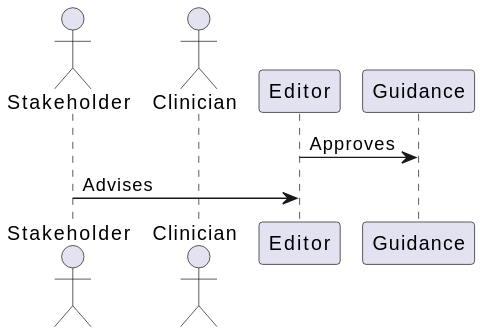
chronicleworks/chronicle keeps this PlantUML diagram as docs/docs/diagrams/out/publication.svg. Above is the earlier version. Its diagram source:
```plantuml
@startuml
actor "Stakeholder"
actor "Clinician"

Editor -> Guidance: Approves
Stakeholder -> Editor: Advises
@enduml
```
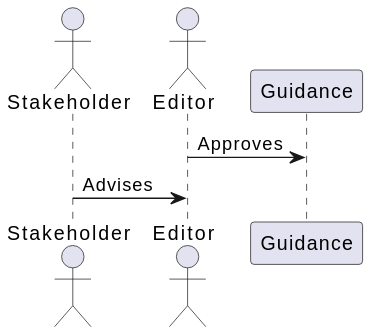
After the change.

Diff of the diagram source:
```diff
@@ -1,6 +1,6 @@
 @startuml
 actor "Stakeholder"
-actor "Clinician"
+actor "Editor"
 
 Editor -> Guidance: Approves
 Stakeholder -> Editor: Advises
```
